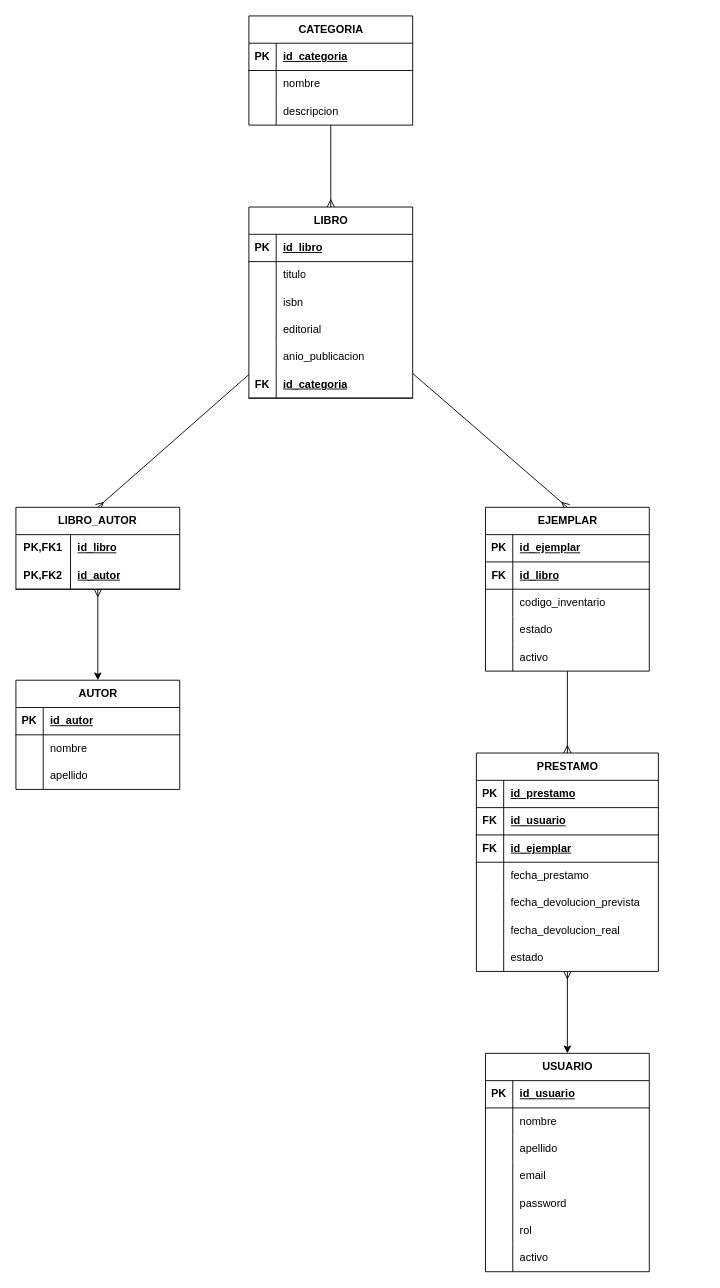
LuMendez7/TRABAJO-FINAL---GRUPO-205 keeps this draw.io diagram as database/DER-BiblioGest.drawio. Above is the earlier version. Source tidied: cells renumbered, new cells numbered last; positions are measured from the earlier drawing's top-left corner, leaving out a move shared by most shapes. Both pictures are drawn from the tidied source at 91%, with x=0, y=0 at pixel (15, 15).
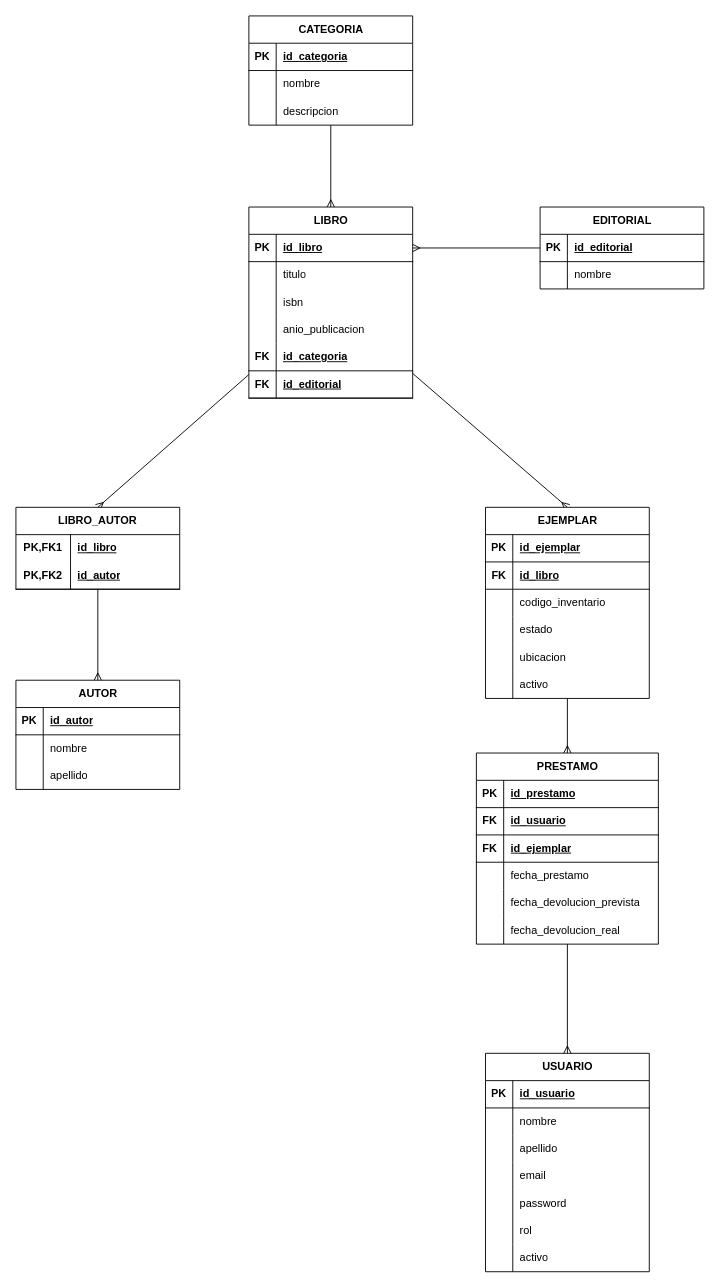
The same page after the edit.

Commit message (it also covers changes not shown here):
Actualiza DER según devolución del tutor

Se actualiza el diagrama entidad-relación incorporando Editorial como entidad, la ubicación física del ejemplar y los ajustes realizados en el manejo de estados.

Unchanged cells that the change refers to:
```xml
<mxCell id="2" value="USUARIO" style="shape=table;startSize=30;childLayout=tableLayout;rowLines=0;fontStyle=1;align=center;html=1;" parent="1" vertex="1">
  <mxGeometry x="516" y="1140" width="180" height="240" as="geometry" />
</mxCell>
<mxCell id="26" value="LIBRO" style="shape=table;startSize=30;childLayout=tableLayout;rowLines=0;fontStyle=1;align=center;html=1;" parent="1" vertex="1">
  <mxGeometry x="256" y="210" width="180" height="210" as="geometry" />
</mxCell>
<mxCell id="27" style="shape=tableRow;horizontal=0;startSize=0;swimlaneHead=0;swimlaneBody=0;fillColor=none;points=[[0,0.5],[1,0.5]];portConstraint=eastwest;top=0;left=0;right=0;bottom=1;" parent="26" vertex="1">
  <mxGeometry y="30" width="180" height="30" as="geometry" />
</mxCell>
<mxCell id="42" style="shape=tableRow;horizontal=0;startSize=0;swimlaneHead=0;swimlaneBody=0;fillColor=none;top=0;left=0;right=0;bottom=1;" parent="26" vertex="1">
  <mxGeometry y="180" width="180" height="30" as="geometry" />
</mxCell>
<mxCell id="56" value="AUTOR" style="shape=table;startSize=30;childLayout=tableLayout;rowLines=0;fontStyle=1;align=center;html=1;" parent="1" vertex="1">
  <mxGeometry y="730" width="180" height="120" as="geometry" />
</mxCell>
<mxCell id="103" style="shape=tableRow;horizontal=0;startSize=0;swimlaneHead=0;swimlaneBody=0;fillColor=none;top=0;left=0;right=0;bottom=0;" parent="90" vertex="1">
  <mxGeometry y="150" width="180" height="30" as="geometry" />
</mxCell>
<mxCell id="107" value="&lt;span style=&quot;white-space: nowrap;&quot;&gt;LIBRO_AUTOR&lt;/span&gt;" style="shape=table;startSize=30;childLayout=tableLayout;rowLines=0;fontStyle=1;align=center;html=1;whiteSpace=wrap;" parent="1" vertex="1">
  <mxGeometry y="540" width="180" height="90" as="geometry" />
</mxCell>
```

What changed in the source:
```diff
@@
-    <mxCell id="36" style="shape=tableRow;horizontal=0;startSize=0;swimlaneHead=0;swimlaneBody=0;fillColor=none;top=0;left=0;right=0;bottom=0;" parent="26" vertex="1">
-      <mxGeometry y="120" width="180" height="30" as="geometry" />
-    </mxCell>
-    <mxCell id="37" style="shape=partialRectangle;fillColor=none;top=0;left=0;bottom=0;right=0;overflow=hidden;whiteSpace=wrap;html=1;" parent="36" vertex="1">
-      <mxGeometry width="30" height="30" as="geometry" />
-    </mxCell>
-    <mxCell id="38" value="editorial" style="shape=partialRectangle;fillColor=none;top=0;left=0;bottom=0;right=0;align=left;spacingLeft=6;overflow=hidden;whiteSpace=wrap;html=1;" parent="36" vertex="1">
-      <mxGeometry x="30" width="150" height="30" as="geometry" />
-    </mxCell>
     <mxCell id="39" style="shape=tableRow;horizontal=0;startSize=0;swimlaneHead=0;swimlaneBody=0;fillColor=none;top=0;left=0;right=0;bottom=0;" parent="26" vertex="1">
-      <mxGeometry y="150" width="180" height="30" as="geometry" />
+      <mxGeometry y="120" width="180" height="30" as="geometry" />
     </mxCell>
@@
+    <mxCell id="114" style="shape=tableRow;horizontal=0;startSize=0;swimlaneHead=0;swimlaneBody=0;fillColor=none;top=0;left=0;right=0;bottom=1;" parent="26" vertex="1">
+      <mxGeometry y="150" width="180" height="30" as="geometry" />
+    </mxCell>
+    <mxCell id="115" value="FK" style="shape=partialRectangle;fillColor=none;top=0;left=0;bottom=0;right=0;fontStyle=1;overflow=hidden;whiteSpace=wrap;html=1;" parent="114" vertex="1">
+      <mxGeometry width="30" height="30" as="geometry" />
+    </mxCell>
+    <mxCell id="44" value="id_categoria" style="shape=partialRectangle;fillColor=none;top=0;left=0;bottom=0;right=0;align=left;spacingLeft=6;fontStyle=5;overflow=hidden;whiteSpace=wrap;html=1;" parent="114" vertex="1">
+      <mxGeometry x="30" width="150" height="30" as="geometry" />
+    </mxCell>
@@
-    <mxCell id="43" value="FK" style="shape=partialRectangle;fillColor=none;top=0;left=0;bottom=0;right=0;fontStyle=1;overflow=hidden;whiteSpace=wrap;html=1;" parent="42" vertex="1">
-      <mxGeometry width="30" height="30" as="geometry" />
-    </mxCell>
-    <mxCell id="44" value="id_categoria" style="shape=partialRectangle;fillColor=none;top=0;left=0;bottom=0;right=0;align=left;spacingLeft=6;fontStyle=5;overflow=hidden;whiteSpace=wrap;html=1;" parent="42" vertex="1">
-      <mxGeometry x="30" width="150" height="30" as="geometry" />
-    </mxCell>
+    <mxCell id="116" value="FK" style="shape=partialRectangle;fillColor=none;top=0;left=0;bottom=0;right=0;fontStyle=1;overflow=hidden;whiteSpace=wrap;html=1;" parent="42" vertex="1">
+      <mxGeometry width="30" height="30" as="geometry" />
+    </mxCell>
+    <mxCell id="117" value="&lt;span style=&quot;text-align: center; white-space: nowrap;&quot;&gt;id_editorial&lt;/span&gt;" style="shape=partialRectangle;fillColor=none;top=0;left=0;bottom=0;right=0;align=left;spacingLeft=6;fontStyle=5;overflow=hidden;whiteSpace=wrap;html=1;" parent="42" vertex="1">
+      <mxGeometry x="30" width="150" height="30" as="geometry" />
+    </mxCell>
@@
-    <mxCell id="66" style="rounded=0;jettySize=auto;html=1;entryX=0.5;entryY=0;entryDx=0;entryDy=0;startArrow=ERmany;startFill=0;" parent="1" edge="1" source="67" target="2">
+    <mxCell id="66" style="rounded=0;jettySize=auto;html=1;entryX=0.5;entryY=0;entryDx=0;entryDy=0;endArrow=ERmany;endFill=0;" parent="1" edge="1" source="67" target="2">
       <mxGeometry relative="1" as="geometry" />
     </mxCell>
     <mxCell id="67" value="PRESTAMO" style="shape=table;startSize=30;childLayout=tableLayout;rowLines=0;fontStyle=1;align=center;html=1;" parent="1" vertex="1">
-      <mxGeometry x="506" y="810" width="200" height="240" as="geometry" />
+      <mxGeometry x="506" y="810" width="200" height="210" as="geometry" />
     </mxCell>
@@
-    <mxCell id="86" style="shape=tableRow;horizontal=0;startSize=0;swimlaneHead=0;swimlaneBody=0;fillColor=none;top=0;left=0;right=0;bottom=0;" parent="67" vertex="1">
-      <mxGeometry y="210" width="200" height="30" as="geometry" />
-    </mxCell>
-    <mxCell id="87" style="shape=partialRectangle;fillColor=none;top=0;left=0;bottom=0;right=0;overflow=hidden;whiteSpace=wrap;html=1;" parent="86" vertex="1">
-      <mxGeometry width="30" height="30" as="geometry" />
-    </mxCell>
-    <mxCell id="88" value="estado" style="shape=partialRectangle;fillColor=none;top=0;left=0;bottom=0;right=0;align=left;spacingLeft=6;overflow=hidden;whiteSpace=wrap;html=1;" parent="86" vertex="1">
-      <mxGeometry x="30" width="170" height="30" as="geometry" />
-    </mxCell>
@@
     <mxCell id="90" value="EJEMPLAR" style="shape=table;startSize=30;childLayout=tableLayout;rowLines=0;fontStyle=1;align=center;html=1;" parent="1" vertex="1">
-      <mxGeometry x="516" y="540" width="180" height="180" as="geometry" />
+      <mxGeometry x="516" y="540" width="180" height="210" as="geometry" />
     </mxCell>
@@
-    <mxCell id="105" value="activo" style="shape=partialRectangle;fillColor=none;top=0;left=0;bottom=0;right=0;align=left;spacingLeft=6;overflow=hidden;whiteSpace=wrap;html=1;" parent="103" vertex="1">
+    <mxCell id="105" value="ubicacion" style="shape=partialRectangle;fillColor=none;top=0;left=0;bottom=0;right=0;align=left;spacingLeft=6;overflow=hidden;whiteSpace=wrap;html=1;" parent="103" vertex="1">
       <mxGeometry x="30" width="150" height="30" as="geometry" />
     </mxCell>
+    <mxCell id="118" style="shape=tableRow;horizontal=0;startSize=0;swimlaneHead=0;swimlaneBody=0;fillColor=none;top=0;left=0;right=0;bottom=0;" parent="90" vertex="1">
+      <mxGeometry y="180" width="180" height="30" as="geometry" />
+    </mxCell>
+    <mxCell id="119" style="shape=partialRectangle;fillColor=none;top=0;left=0;bottom=0;right=0;overflow=hidden;whiteSpace=wrap;html=1;" parent="118" vertex="1">
+      <mxGeometry width="30" height="30" as="geometry" />
+    </mxCell>
+    <mxCell id="120" value="activo" style="shape=partialRectangle;fillColor=none;top=0;left=0;bottom=0;right=0;align=left;spacingLeft=6;overflow=hidden;whiteSpace=wrap;html=1;" parent="118" vertex="1">
+      <mxGeometry x="30" width="150" height="30" as="geometry" />
+    </mxCell>
-    <mxCell id="106" style="rounded=0;jettySize=auto;html=1;entryX=0.5;entryY=0;entryDx=0;entryDy=0;startArrow=ERmany;startFill=0;" parent="1" edge="1" source="107" target="56">
+    <mxCell id="106" style="rounded=0;jettySize=auto;html=1;entryX=0.5;entryY=0;entryDx=0;entryDy=0;endArrow=ERmany;endFill=0;" parent="1" edge="1" source="107" target="56">
       <mxGeometry relative="1" as="geometry" />
     </mxCell>
@@
+    <mxCell id="121" value="EDITORIAL" style="shape=table;startSize=30;childLayout=tableLayout;rowLines=0;fontStyle=1;align=center;html=1;" parent="1" vertex="1">
+      <mxGeometry x="576" y="210" width="180" height="90" as="geometry" />
+    </mxCell>
+    <mxCell id="122" style="shape=tableRow;horizontal=0;startSize=0;swimlaneHead=0;swimlaneBody=0;fillColor=none;points=[[0,0.5],[1,0.5]];portConstraint=eastwest;top=0;left=0;right=0;bottom=1;" parent="121" vertex="1">
+      <mxGeometry y="30" width="180" height="30" as="geometry" />
+    </mxCell>
+    <mxCell id="123" value="PK" style="shape=partialRectangle;fillColor=none;top=0;left=0;bottom=0;right=0;fontStyle=1;overflow=hidden;whiteSpace=wrap;html=1;" parent="122" vertex="1">
+      <mxGeometry width="30" height="30" as="geometry" />
+    </mxCell>
+    <mxCell id="124" value="&lt;span style=&quot;text-align: center; white-space: nowrap;&quot;&gt;id_editorial&lt;/span&gt;" style="shape=partialRectangle;fillColor=none;top=0;left=0;bottom=0;right=0;align=left;spacingLeft=6;fontStyle=5;overflow=hidden;whiteSpace=wrap;html=1;" parent="122" vertex="1">
+      <mxGeometry x="30" width="150" height="30" as="geometry" />
+    </mxCell>
+    <mxCell id="125" style="shape=tableRow;horizontal=0;startSize=0;swimlaneHead=0;swimlaneBody=0;fillColor=none;top=0;left=0;right=0;bottom=0;" parent="121" vertex="1">
+      <mxGeometry y="60" width="180" height="30" as="geometry" />
+    </mxCell>
+    <mxCell id="126" style="shape=partialRectangle;fillColor=none;top=0;left=0;bottom=0;right=0;overflow=hidden;whiteSpace=wrap;html=1;" parent="125" vertex="1">
+      <mxGeometry width="30" height="30" as="geometry" />
+    </mxCell>
+    <mxCell id="127" value="nombre" style="shape=partialRectangle;fillColor=none;top=0;left=0;bottom=0;right=0;align=left;spacingLeft=6;overflow=hidden;whiteSpace=wrap;html=1;" parent="125" vertex="1">
+      <mxGeometry x="30" width="150" height="30" as="geometry" />
+    </mxCell>
+    <mxCell id="128" style="rounded=0;jettySize=auto;html=1;entryX=1;entryY=0.5;entryDx=0;entryDy=0;endArrow=ERmany;endFill=0;" parent="1" edge="1" source="122" target="27">
+      <mxGeometry relative="1" as="geometry" />
+    </mxCell>
```
